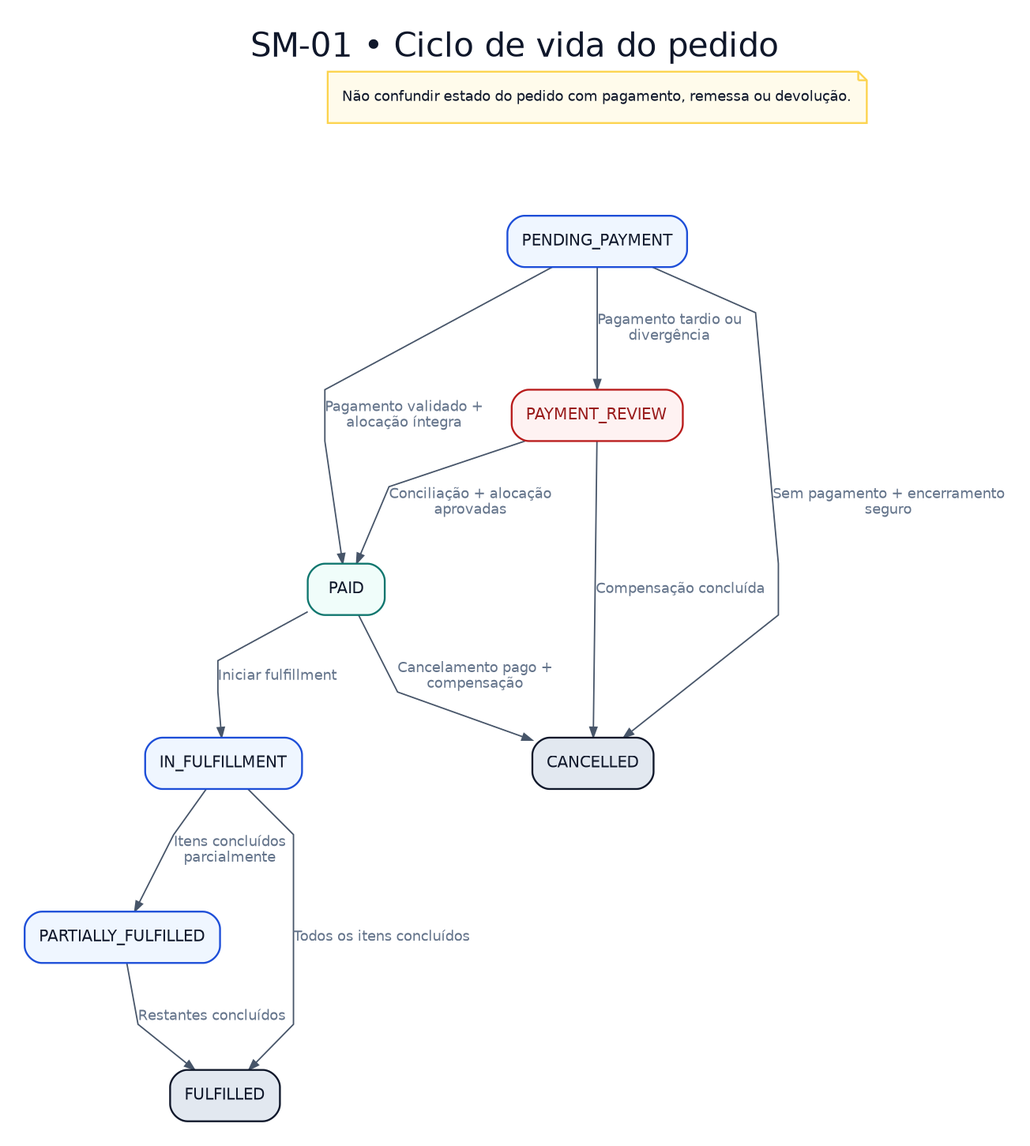
Earlier version of the Graphviz export docs/03-business-processes/state-machines/SM-01-pedido.png (Igor475/atlas-commerce). Its source is kept beside it as docs/03-business-processes/state-machines/SM-01-pedido.dot.
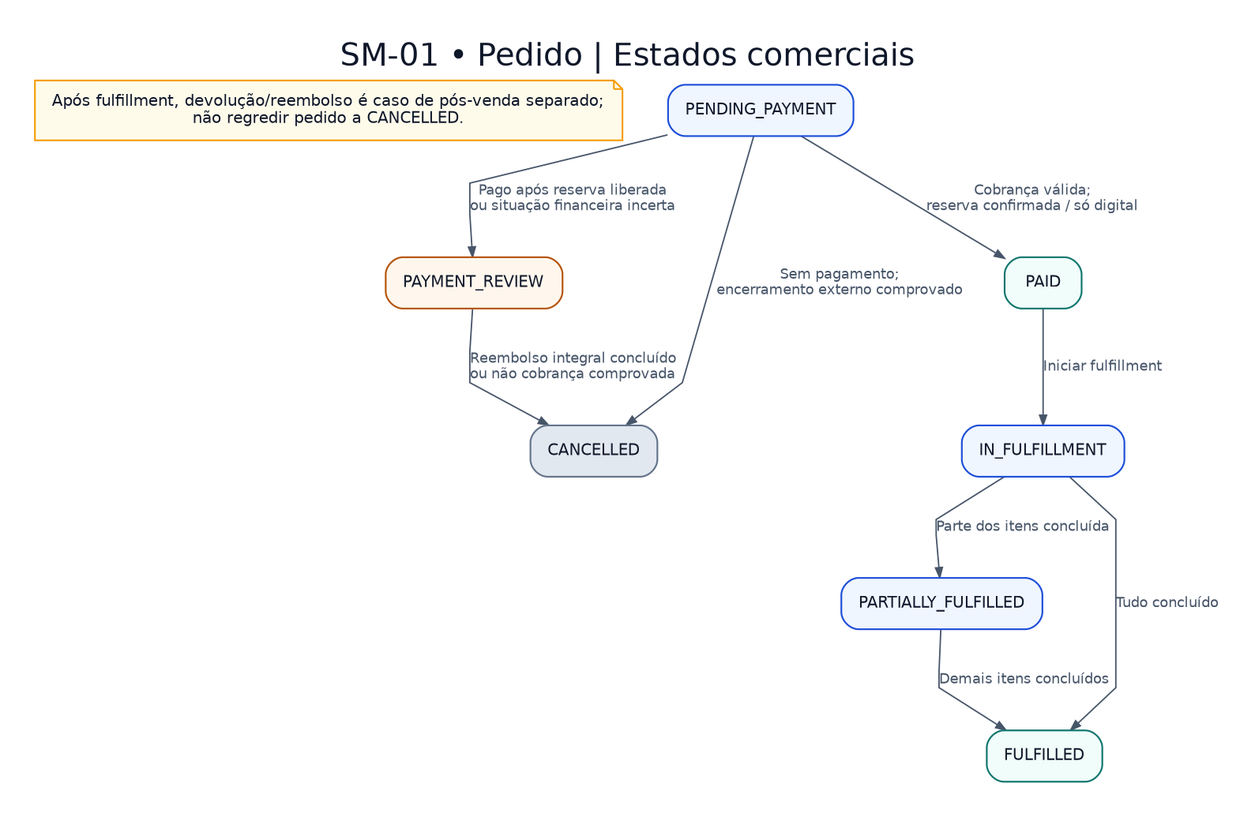
After the change.

The edit, as a diff of the source:
```diff
@@ -1,30 +1,24 @@
 digraph AtlasCommerce {
-	graph [bgcolor=white concentrate=false fontcolor="#0f172a" fontname="DejaVu Sans" fontsize=23 label="SM-01 • Ciclo de vida do pedido" labelloc=t nodesep=.52 outputorder=edgesfirst pad=0.24 rankdir=TB ranksep=.87 splines=polyline]
-	node [color="#cbd5e1" fillcolor="#f8fafc" fontcolor="#0f172a" fontname="DejaVu Sans" fontsize=11 margin="0.14,0.09" penwidth=1.3 shape=box style="rounded,filled"]
-	edge [arrowsize=.7 color="#475569" fontcolor="#64748b" fontname="DejaVu Sans" fontsize=10]
-	new [label=PENDING_PAYMENT color="#1d4ed8" fillcolor="#eff6ff"]
-	paid [label=PAID color="#0f766e" fillcolor="#f0fdfa"]
-	review [label=PAYMENT_REVIEW color="#b91c1c" fillcolor="#fef2f2" fontcolor="#991b1b"]
-	cancel [label=CANCELLED color="#0f172a" fillcolor="#e2e8f0" shape=box]
-	doing [label=IN_FULFILLMENT color="#1d4ed8" fillcolor="#eff6ff"]
-	partial [label=PARTIALLY_FULFILLED color="#1d4ed8" fillcolor="#eff6ff"]
-	done [label=FULFILLED color="#0f172a" fillcolor="#e2e8f0" shape=box]
-	new -> paid [label="Pagamento validado +
-alocação íntegra"]
-	new -> review [label="Pagamento tardio ou
-divergência"]
-	new -> cancel [label="Sem pagamento + encerramento
-seguro"]
-	review -> paid [label="Conciliação + alocação
-aprovadas"]
-	review -> cancel [label="Compensação concluída"]
-	paid -> doing [label="Iniciar fulfillment"]
-	paid -> cancel [label="Cancelamento pago +
-compensação"]
-	doing -> partial [label="Itens concluídos
-parcialmente"]
-	doing -> done [label="Todos os itens concluídos"]
-	partial -> done [label="Restantes concluídos"]
-	NOTE [label="Não confundir estado do pedido com pagamento, remessa ou devolução." color="#fcd34d" fillcolor="#fffbeb" fontsize=10 shape=note]
-	NOTE -> new [style=invis]
+graph [bgcolor=white fontname="DejaVu Sans" fontcolor="#0f172a" fontsize=22 label="SM-01 • Pedido | Estados comerciais" labelloc=t pad="0.34" rankdir=TB ranksep="0.83" nodesep="0.45" splines=polyline outputorder=edgesfirst];
+node [fontname="DejaVu Sans" fontsize=11 color="#cbd5e1" fillcolor="#f8fafc" fontcolor="#0f172a" style="rounded,filled" shape=box margin="0.16,0.12" penwidth=1.2];
+edge [fontname="DejaVu Sans" fontsize=10 color="#475569" fontcolor="#475569" arrowsize=.7];
+
+pend [label="PENDING_PAYMENT" color="#1d4ed8" fillcolor="#eff6ff"];
+paid [label="PAID" color="#0f766e" fillcolor="#f0fdfa"];
+review [label="PAYMENT_REVIEW" color="#b45309" fillcolor="#fff7ed"];
+cancel [label="CANCELLED" color="#64748b" fillcolor="#e2e8f0"];
+fulfilling [label="IN_FULFILLMENT" color="#1d4ed8" fillcolor="#eff6ff"];
+partial [label="PARTIALLY_FULFILLED" color="#1d4ed8" fillcolor="#eff6ff"];
+done [label="FULFILLED" color="#0f766e" fillcolor="#f0fdfa"];
+pend -> paid [label="Cobrança válida;\nreserva confirmada / só digital"];
+pend -> review [label="Pago após reserva liberada\nou situação financeira incerta"];
+pend -> cancel [label="Sem pagamento;\nencerramento externo comprovado"];
+review -> cancel [label="Reembolso integral concluído\nou não cobrança comprovada"];
+paid -> fulfilling [label="Iniciar fulfillment"];
+fulfilling -> partial [label="Parte dos itens concluída"];
+fulfilling -> done [label="Tudo concluído"];
+partial -> done [label="Demais itens concluídos"];
+note [label="Após fulfillment, devolução/reembolso é caso de pós-venda separado;\nnão regredir pedido a CANCELLED." shape=note color="#f59e0b" fillcolor="#fffbeb"];
+note -> review [style=invis];
+
 }
```
